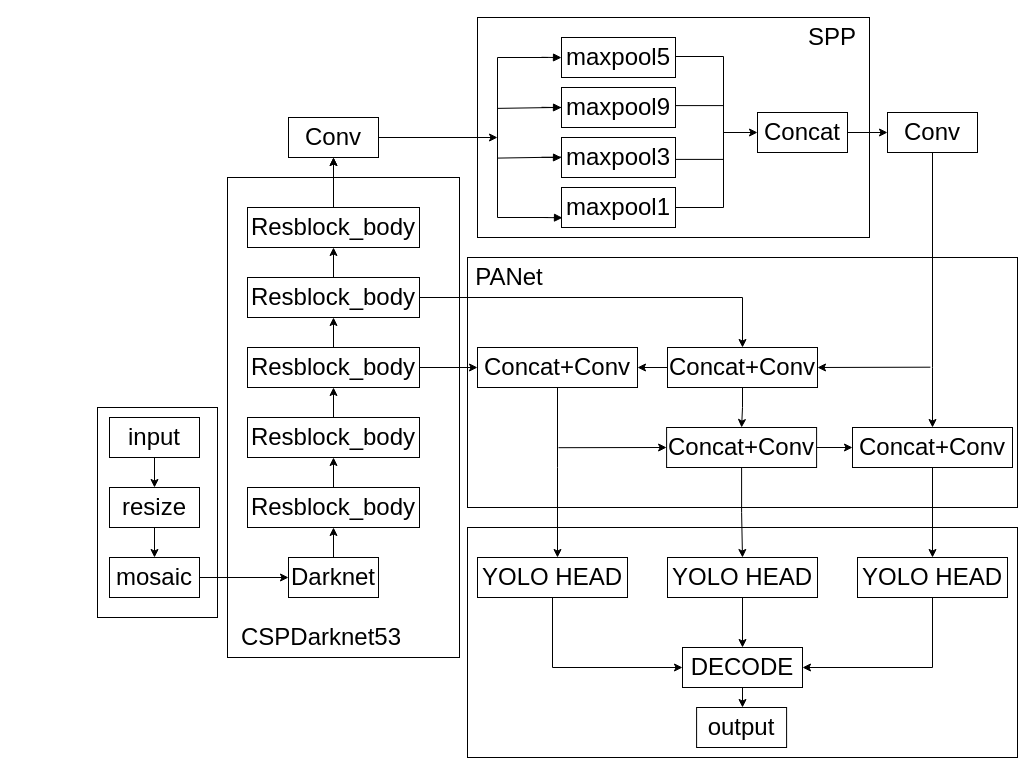
Before: page "第 2 页" (1 of 7) of Untitled Diagram.drawio in RyougiShki/hhhh, a draw.io diagram. Source tidied: cells renumbered, new cells numbered last; positions are measured from the earlier drawing's top-left corner, leaving out a move shared by most shapes. Both pictures are drawn from the tidied source at 100%, with x=0, y=0 at pixel (97, 17).
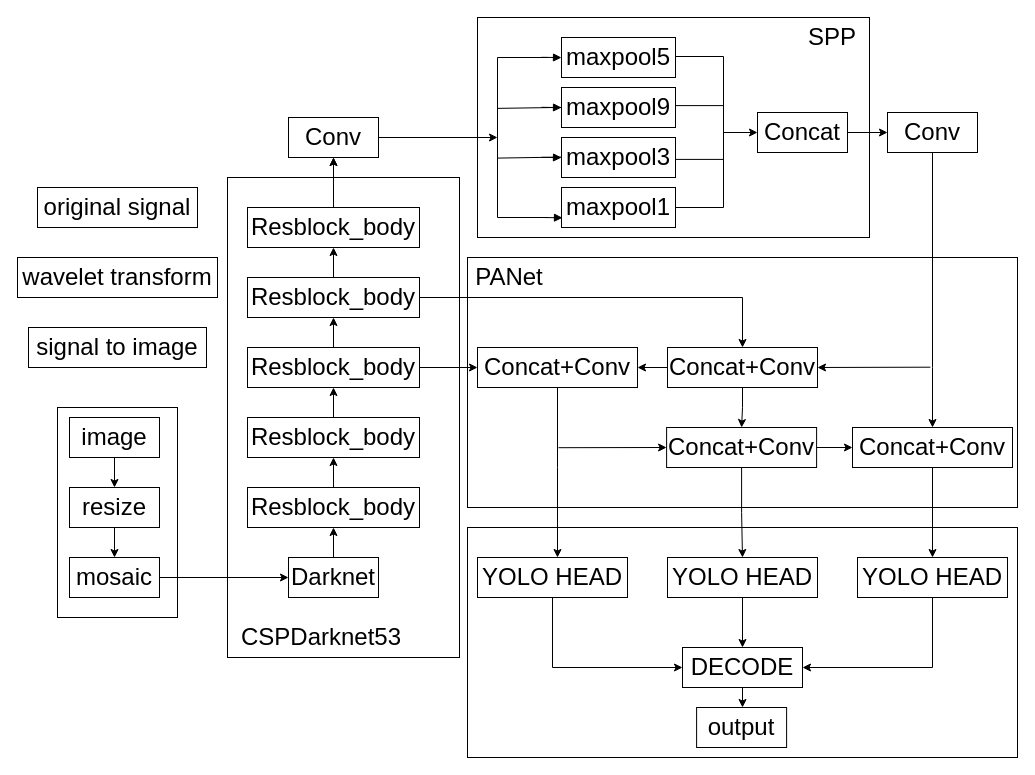
The same diagram, later.

Change to the diagram source:
```diff
@@
     <mxCell id="3" style="rounded=0;whiteSpace=wrap;html=1;" parent="1" vertex="1">
-      <mxGeometry y="390" width="120" height="210" as="geometry" />
+      <mxGeometry x="-40" y="390" width="120" height="210" as="geometry" />
     </mxCell>
@@
     <mxCell id="8" value="&lt;font style=&quot;font-size: 24px&quot;&gt;resize&lt;/font&gt;" style="rounded=0;whiteSpace=wrap;html=1;" parent="1" vertex="1">
-      <mxGeometry x="12" y="470" width="90" height="40" as="geometry" />
+      <mxGeometry x="-28" y="470" width="90" height="40" as="geometry" />
     </mxCell>
@@
     <mxCell id="10" value="&lt;font style=&quot;font-size: 24px&quot;&gt;mosaic&lt;/font&gt;" style="rounded=0;whiteSpace=wrap;html=1;" parent="1" vertex="1">
-      <mxGeometry x="12" y="540" width="90" height="40" as="geometry" />
+      <mxGeometry x="-28" y="540" width="90" height="40" as="geometry" />
     </mxCell>
@@
-    <mxCell id="28" value="&lt;font style=&quot;font-size: 24px&quot;&gt;input&lt;/font&gt;" style="rounded=0;whiteSpace=wrap;html=1;" parent="1" vertex="1">
-      <mxGeometry x="12" y="400" width="90" height="40" as="geometry" />
+    <mxCell id="28" value="&lt;font style=&quot;font-size: 24px&quot;&gt;image&lt;/font&gt;" style="rounded=0;whiteSpace=wrap;html=1;" parent="1" vertex="1">
+      <mxGeometry x="-28" y="400" width="90" height="40" as="geometry" />
     </mxCell>
@@
+    <mxCell id="73" value="&lt;span style=&quot;font-size: 24px&quot;&gt;original signal&lt;/span&gt;" style="rounded=0;whiteSpace=wrap;html=1;" parent="1" vertex="1">
+      <mxGeometry x="-60" y="170" width="160" height="40" as="geometry" />
+    </mxCell>
+    <mxCell id="74" value="&lt;font style=&quot;font-size: 24px&quot;&gt;wavelet transform&lt;/font&gt;" style="rounded=0;whiteSpace=wrap;html=1;" parent="1" vertex="1">
+      <mxGeometry x="-80" y="240" width="200" height="40" as="geometry" />
+    </mxCell>
+    <mxCell id="75" value="&lt;font style=&quot;font-size: 24px&quot;&gt;signal to image&lt;/font&gt;" style="rounded=0;whiteSpace=wrap;html=1;" parent="1" vertex="1">
+      <mxGeometry x="-69" y="310" width="178" height="40" as="geometry" />
+    </mxCell>
```
